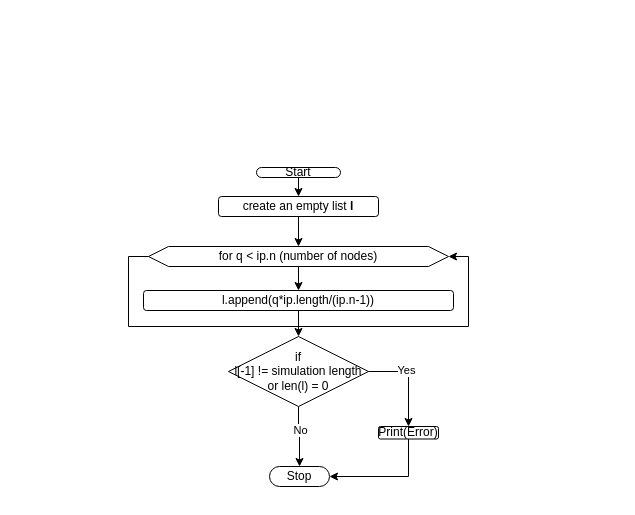
The draw.io diagram Mesh.drawio in okolekar/PPP, before the edit. Source tidied: cells renumbered, new cells numbered last; positions are measured from the earlier drawing's top-left corner, leaving out a move shared by most shapes. Both pictures are drawn from the tidied source at 100%, with x=0, y=0 at pixel (128, 167).
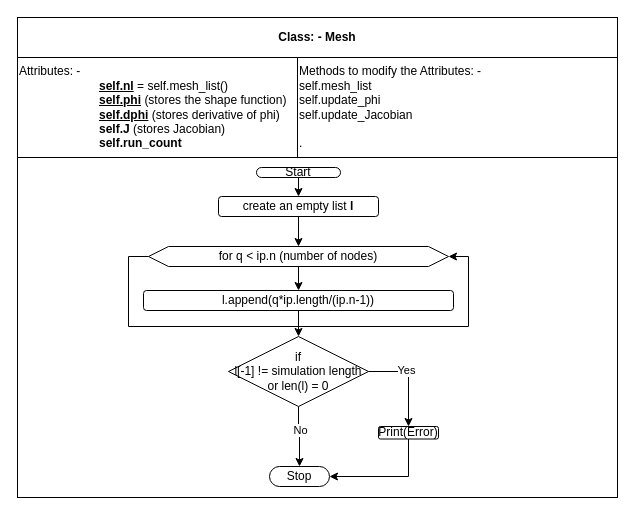
The same diagram, later.

Change to the diagram source:
```diff
@@
+    <mxCell id="19" value="&lt;b&gt;Class: - Mesh&lt;/b&gt;" style="rounded=0;whiteSpace=wrap;html=1;" parent="1" vertex="1">
+      <mxGeometry x="-111" y="-150" width="600" height="40" as="geometry" />
+    </mxCell>
+    <mxCell id="20" value="&lt;div style=&quot;&quot;&gt;Attributes: -&amp;nbsp;&lt;/div&gt;&lt;div style=&quot;&quot;&gt;&lt;span style=&quot;background-color: initial;&quot;&gt;&amp;nbsp;&lt;span style=&quot;white-space: pre;&quot;&gt;&#9;&lt;/span&gt;&lt;span style=&quot;white-space: pre;&quot;&gt;&#9;&lt;/span&gt;&lt;span style=&quot;white-space: pre;&quot;&gt;&#9;&lt;/span&gt;&lt;b&gt;&lt;u&gt;self.nl&lt;/u&gt;&lt;/b&gt; = self.mesh_list()&lt;/span&gt;&lt;/div&gt;&lt;div style=&quot;&quot;&gt;&lt;span style=&quot;background-color: initial;&quot;&gt;&lt;span style=&quot;white-space: pre;&quot;&gt;&#9;&lt;/span&gt;&lt;span style=&quot;white-space: pre;&quot;&gt;&#9;&lt;/span&gt;&lt;span style=&quot;white-space: pre;&quot;&gt;&#9;&lt;/span&gt;&lt;b&gt;&lt;u&gt;self.phi&lt;/u&gt; &lt;/b&gt;(stores the shape function)&lt;br&gt;&lt;/span&gt;&lt;/div&gt;&lt;div style=&quot;&quot;&gt;&lt;span style=&quot;background-color: initial;&quot;&gt;&lt;span style=&quot;white-space: pre;&quot;&gt;&#9;&lt;/span&gt;&lt;span style=&quot;white-space: pre;&quot;&gt;&#9;&lt;/span&gt;&lt;span style=&quot;white-space: pre;&quot;&gt;&#9;&lt;/span&gt;&lt;b&gt;&lt;u&gt;self.dphi&lt;/u&gt;&lt;/b&gt; (stores derivative of phi)&lt;br&gt;&lt;/span&gt;&lt;/div&gt;&lt;div style=&quot;&quot;&gt;&lt;span style=&quot;background-color: initial;&quot;&gt;&lt;span style=&quot;white-space: pre;&quot;&gt;&#9;&lt;/span&gt;&lt;span style=&quot;white-space: pre;&quot;&gt;&#9;&lt;/span&gt;&lt;span style=&quot;white-space: pre;&quot;&gt;&#9;&lt;/span&gt;&lt;b&gt;self.J&lt;/b&gt; (stores Jacobian)&lt;br&gt;&lt;/span&gt;&lt;/div&gt;&lt;div style=&quot;&quot;&gt;&lt;span style=&quot;background-color: initial;&quot;&gt;&lt;span style=&quot;white-space: pre;&quot;&gt;&#9;&lt;/span&gt;&lt;span style=&quot;white-space: pre;&quot;&gt;&#9;&lt;/span&gt;&lt;span style=&quot;white-space: pre;&quot;&gt;&#9;&lt;/span&gt;&lt;b&gt;self.run_count&lt;/b&gt;&amp;nbsp;&lt;br&gt;&lt;/span&gt;&lt;/div&gt;" style="rounded=0;whiteSpace=wrap;html=1;align=left;" parent="1" vertex="1">
+      <mxGeometry x="-111" y="-110" width="280" height="100" as="geometry" />
+    </mxCell>
+    <mxCell id="21" value="Methods to modify the Attributes: -&lt;br&gt;self.mesh_list&lt;br&gt;self.update_phi&lt;br&gt;self.update_Jacobian&lt;br&gt;&lt;br&gt;." style="rounded=0;whiteSpace=wrap;html=1;align=left;" parent="1" vertex="1">
+      <mxGeometry x="169" y="-110" width="320" height="100" as="geometry" />
+    </mxCell>
+    <mxCell id="22" style="rounded=0;whiteSpace=wrap;html=1;" parent="1" vertex="1">
+      <mxGeometry x="-111" y="-10" width="600" height="340" as="geometry" />
+    </mxCell>
```
